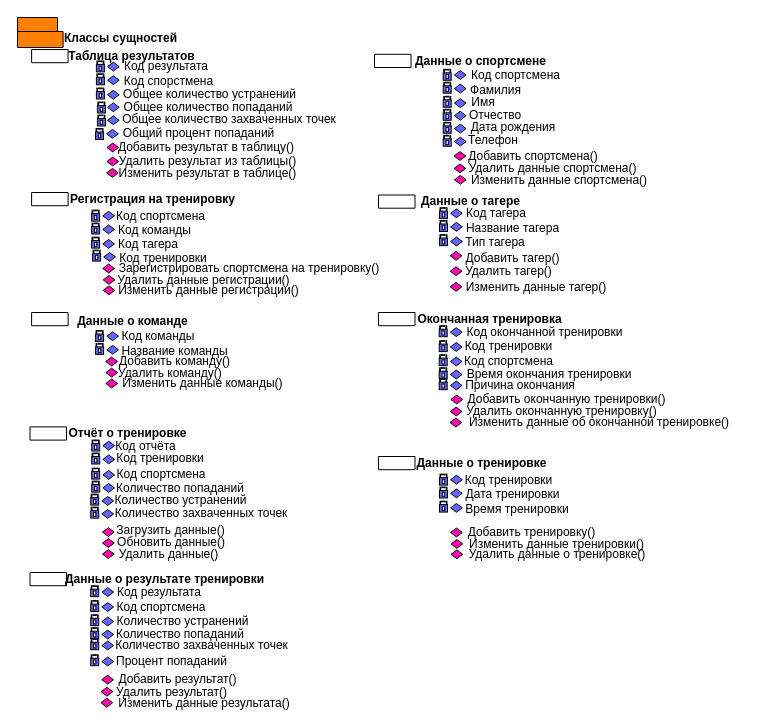
The draw.io diagram Решения/Часть 3. Схемы/Классы бизнес сущностей.drawio in VentoAureo12/Projecting-n-Design, before the edit. Source tidied: cells renumbered, new cells numbered last; positions are measured from the earlier drawing's top-left corner, leaving out a move shared by most shapes. Both pictures are drawn from the tidied source at 100%, with x=0, y=0 at pixel (17, 17).
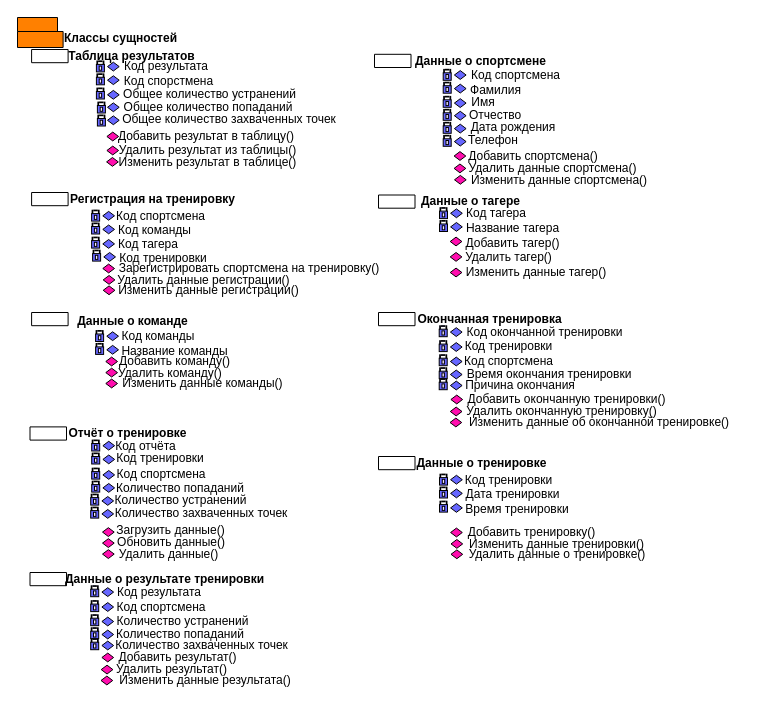
The same diagram, later.

Unchanged cells that the change refers to:
```xml
<mxCell id="3" style="group;" parent="2" vertex="1">
  <mxGeometry x="-83.9" y="-80.4" width="597" height="455.4" as="geometry" />
</mxCell>
```

What changed in the source:
```diff
@@
     <mxCell id="94" value="Добавить результат в таблицу()" style="text;html=1;strokeColor=none;fillColor=none;align=center;verticalAlign=middle;whiteSpace=wrap;rounded=0;" parent="3" vertex="1">
-      <mxGeometry x="97.7" y="111" width="182.3" height="9.4" as="geometry" />
+      <mxGeometry x="97.7" y="100" width="182.3" height="9.4" as="geometry" />
     </mxCell>
     <mxCell id="95" style="rhombus;whiteSpace=wrap;html=1;fillColor=#FF0DAE;" parent="3" vertex="1">
-      <mxGeometry x="89.4" y="111.6" width="11.7" height="8.8" as="geometry" />
+      <mxGeometry x="89.4" y="100.6" width="11.7" height="8.8" as="geometry" />
     </mxCell>
     <mxCell id="96" style="rhombus;whiteSpace=wrap;html=1;fillColor=#FF0DAE;" parent="3" vertex="1">
-      <mxGeometry x="89.1" y="137" width="11.7" height="8.8" as="geometry" />
+      <mxGeometry x="89.1" y="126" width="11.7" height="8.8" as="geometry" />
     </mxCell>
     <mxCell id="97" value="Удалить результат из таблицы()" style="text;html=1;strokeColor=none;fillColor=none;align=center;verticalAlign=middle;whiteSpace=wrap;rounded=0;" parent="3" vertex="1">
-      <mxGeometry x="92" y="125" width="197.3" height="9.4" as="geometry" />
+      <mxGeometry x="92" y="114" width="197.3" height="9.4" as="geometry" />
     </mxCell>
     <mxCell id="98" style="rhombus;whiteSpace=wrap;html=1;fillColor=#FF0DAE;" parent="3" vertex="1">
-      <mxGeometry x="89.4" y="125.6" width="11.7" height="8.8" as="geometry" />
+      <mxGeometry x="89.4" y="114.6" width="11.7" height="8.8" as="geometry" />
     </mxCell>
     <mxCell id="99" value="Изменить результат в таблице()" style="text;html=1;strokeColor=none;fillColor=none;align=center;verticalAlign=middle;whiteSpace=wrap;rounded=0;" parent="3" vertex="1">
-      <mxGeometry x="96" y="137" width="189.3" height="9.4" as="geometry" />
+      <mxGeometry x="96" y="126" width="189.3" height="9.4" as="geometry" />
     </mxCell>
-    <mxCell id="100" value="Общий процент попаданий" style="text;html=1;strokeColor=none;fillColor=none;align=center;verticalAlign=middle;whiteSpace=wrap;rounded=0;" parent="3" vertex="1">
-      <mxGeometry x="101.1" y="97.3" width="160.7" height="9.4" as="geometry" />
-    </mxCell>
-    <mxCell id="101" style="rhombus;whiteSpace=wrap;html=1;fillColor=#6666FF;" parent="3" vertex="1">
-      <mxGeometry x="89.1" y="97.9" width="11.7" height="8.8" as="geometry" />
-    </mxCell>
-    <mxCell id="102" style="group;" parent="3" vertex="1">
-      <mxGeometry x="78" y="97" width="8" height="11" as="geometry" />
-    </mxCell>
-    <mxCell id="103" style="rounded=0;whiteSpace=wrap;html=1;fillColor=#6666FF;" parent="102" vertex="1">
-      <mxGeometry x="0.5" y="0.1" width="0.7" height="3.7" as="geometry" />
-    </mxCell>
-    <mxCell id="104" style="rounded=0;whiteSpace=wrap;html=1;fillColor=#6666FF;" parent="102" vertex="1">
-      <mxGeometry x="6.8" y="0.1" width="0.7" height="3.7" as="geometry" />
-    </mxCell>
-    <mxCell id="105" style="whiteSpace=wrap;html=1;fillColor=#6666FF;" parent="102" vertex="1">
-      <mxGeometry y="3.5" width="8" height="7.5" as="geometry" />
-    </mxCell>
-    <mxCell id="106" style="whiteSpace=wrap;html=1;gradientColor=#E5CCFF;gradientDirection=east;" parent="102" vertex="1">
-      <mxGeometry x="2.8" y="5.2" width="2.4" height="4.1" as="geometry" />
-    </mxCell>
-    <mxCell id="107" style="rounded=0;whiteSpace=wrap;html=1;rotation=90;fillColor=#6666FF;" parent="102" vertex="1">
-      <mxGeometry x="3.6" y="-1.4" width="0.7" height="3.5" as="geometry" />
-    </mxCell>
@@
     <mxCell id="150" value="Добавить тагер()" style="text;html=1;strokeColor=none;fillColor=none;align=center;verticalAlign=middle;whiteSpace=wrap;rounded=0;" parent="3" vertex="1">
-      <mxGeometry x="441.3" y="221.9" width="108.7" height="9.4" as="geometry" />
+      <mxGeometry x="441.3" y="207.6" width="108.7" height="8.1" as="geometry" />
     </mxCell>
     <mxCell id="151" value="Удалить тагер()" style="text;html=1;strokeColor=none;fillColor=none;align=center;verticalAlign=middle;whiteSpace=wrap;rounded=0;" parent="3" vertex="1">
-      <mxGeometry x="445.4" y="235.3" width="92.6" height="9.4" as="geometry" />
+      <mxGeometry x="445.4" y="221" width="92.6" height="9.4" as="geometry" />
     </mxCell>
     <mxCell id="152" style="rhombus;whiteSpace=wrap;html=1;fillColor=#FF0DAE;" parent="3" vertex="1">
-      <mxGeometry x="432.7" y="219.9" width="11.7" height="8.8" as="geometry" />
+      <mxGeometry x="432.7" y="205.6" width="11.7" height="8.8" as="geometry" />
     </mxCell>
     <mxCell id="153" style="rhombus;whiteSpace=wrap;html=1;fillColor=#FF0DAE;" parent="3" vertex="1">
-      <mxGeometry x="432.7" y="235.3" width="11.7" height="8.8" as="geometry" />
+      <mxGeometry x="432.7" y="221" width="11.7" height="8.8" as="geometry" />
     </mxCell>
@@
-    <mxCell id="157" value="Тип тагера" style="text;html=1;strokeColor=none;fillColor=none;align=center;verticalAlign=middle;whiteSpace=wrap;rounded=0;" parent="3" vertex="1">
-      <mxGeometry x="419" y="206.5" width="118" height="9.4" as="geometry" />
-    </mxCell>
@@
-    <mxCell id="159" style="rhombus;whiteSpace=wrap;html=1;fillColor=#6666FF;" parent="3" vertex="1">
-      <mxGeometry x="433.1" y="205.6" width="11.7" height="8.8" as="geometry" />
-    </mxCell>
@@
-    <mxCell id="172" style="group;" parent="3" vertex="1">
-      <mxGeometry x="422" y="203.1" width="8" height="11" as="geometry" />
-    </mxCell>
-    <mxCell id="173" style="rounded=0;whiteSpace=wrap;html=1;fillColor=#6666FF;" parent="172" vertex="1">
-      <mxGeometry x="0.5" y="0.1" width="0.7" height="3.7" as="geometry" />
-    </mxCell>
-    <mxCell id="174" style="rounded=0;whiteSpace=wrap;html=1;fillColor=#6666FF;" parent="172" vertex="1">
-      <mxGeometry x="6.8" y="0.1" width="0.7" height="3.7" as="geometry" />
-    </mxCell>
-    <mxCell id="175" style="whiteSpace=wrap;html=1;fillColor=#6666FF;" parent="172" vertex="1">
-      <mxGeometry y="3.5" width="8" height="7.5" as="geometry" />
-    </mxCell>
-    <mxCell id="176" style="whiteSpace=wrap;html=1;gradientColor=#E5CCFF;gradientDirection=east;" parent="172" vertex="1">
-      <mxGeometry x="2.8" y="5.2" width="2.4" height="4.1" as="geometry" />
-    </mxCell>
-    <mxCell id="177" style="rounded=0;whiteSpace=wrap;html=1;rotation=90;fillColor=#6666FF;" parent="172" vertex="1">
-      <mxGeometry x="3.6" y="-1.4" width="0.7" height="3.5" as="geometry" />
-    </mxCell>
     <mxCell id="178" value="Изменить данные тагер()" style="text;html=1;strokeColor=none;fillColor=none;align=center;verticalAlign=middle;whiteSpace=wrap;rounded=0;" parent="3" vertex="1">
-      <mxGeometry x="441" y="250.9" width="156" height="9.4" as="geometry" />
+      <mxGeometry x="441" y="236.6" width="156" height="9.4" as="geometry" />
     </mxCell>
     <mxCell id="179" style="rhombus;whiteSpace=wrap;html=1;fillColor=#FF0DAE;" parent="3" vertex="1">
-      <mxGeometry x="432.7" y="250.9" width="11.7" height="8.8" as="geometry" />
+      <mxGeometry x="432.7" y="236.6" width="11.7" height="8.8" as="geometry" />
     </mxCell>
@@
     <mxCell id="370" style="rhombus;whiteSpace=wrap;html=1;fillColor=#FF0DAE;" parent="1" vertex="1">
-      <mxGeometry x="83.4" y="680.8" width="11.7" height="8.8" as="geometry" />
+      <mxGeometry x="83.5" y="658.6" width="11.7" height="8.8" as="geometry" />
     </mxCell>
     <mxCell id="371" value="Добавить результат()" style="text;html=1;strokeColor=none;fillColor=none;align=center;verticalAlign=middle;whiteSpace=wrap;rounded=0;" parent="1" vertex="1">
-      <mxGeometry x="87.7" y="657.2" width="144.5" height="9.4" as="geometry" />
+      <mxGeometry x="87.8" y="635" width="144.5" height="9.4" as="geometry" />
     </mxCell>
     <mxCell id="372" value="Изменить данные результата()" style="text;html=1;strokeColor=none;fillColor=none;align=center;verticalAlign=middle;whiteSpace=wrap;rounded=0;" parent="1" vertex="1">
-      <mxGeometry x="92.4" y="680.8" width="189.8" height="9.4" as="geometry" />
+      <mxGeometry x="92.6" y="658.6" width="189.8" height="9.4" as="geometry" />
     </mxCell>
     <mxCell id="373" value="Удалить результат()" style="text;html=1;strokeColor=none;fillColor=none;align=center;verticalAlign=middle;whiteSpace=wrap;rounded=0;fontStyle=0;" parent="1" vertex="1">
-      <mxGeometry x="89.8" y="669.8" width="128.8" height="9.4" as="geometry" />
+      <mxGeometry x="90" y="647.7" width="128.8" height="9.4" as="geometry" />
     </mxCell>
     <mxCell id="374" style="rhombus;whiteSpace=wrap;html=1;fillColor=#FF0DAE;" parent="1" vertex="1">
-      <mxGeometry x="84.3" y="657.8" width="11.7" height="8.8" as="geometry" />
+      <mxGeometry x="84.4" y="635.6" width="11.7" height="8.8" as="geometry" />
     </mxCell>
     <mxCell id="375" style="rhombus;whiteSpace=wrap;html=1;fillColor=#FF0DAE;" parent="1" vertex="1">
-      <mxGeometry x="83.6" y="669.8" width="11.7" height="8.8" as="geometry" />
+      <mxGeometry x="83.7" y="647.7" width="11.7" height="8.8" as="geometry" />
     </mxCell>
@@
-    <mxCell id="400" value="Процент попаданий" style="text;html=1;strokeColor=none;fillColor=none;align=center;verticalAlign=middle;whiteSpace=wrap;rounded=0;" parent="1" vertex="1">
-      <mxGeometry x="87.3" y="639.6" width="135" height="9.4" as="geometry" />
-    </mxCell>
-    <mxCell id="401" style="rhombus;whiteSpace=wrap;html=1;fillColor=#6666FF;" parent="1" vertex="1">
-      <mxGeometry x="84.4" y="639.6" width="11.7" height="8.8" as="geometry" />
-    </mxCell>
-    <mxCell id="402" style="group;" parent="1" vertex="1">
-      <mxGeometry x="73.2" y="637.2" width="8" height="11" as="geometry" />
-    </mxCell>
-    <mxCell id="403" style="rounded=0;whiteSpace=wrap;html=1;fillColor=#6666FF;" parent="402" vertex="1">
-      <mxGeometry x="0.5" y="0.1" width="0.7" height="3.7" as="geometry" />
-    </mxCell>
-    <mxCell id="404" style="rounded=0;whiteSpace=wrap;html=1;fillColor=#6666FF;" parent="402" vertex="1">
-      <mxGeometry x="6.8" y="0.1" width="0.7" height="3.7" as="geometry" />
-    </mxCell>
-    <mxCell id="405" style="whiteSpace=wrap;html=1;fillColor=#6666FF;" parent="402" vertex="1">
-      <mxGeometry y="3.5" width="8" height="7.5" as="geometry" />
-    </mxCell>
-    <mxCell id="406" style="whiteSpace=wrap;html=1;gradientColor=#E5CCFF;gradientDirection=east;" parent="402" vertex="1">
-      <mxGeometry x="2.8" y="5.2" width="2.4" height="4.1" as="geometry" />
-    </mxCell>
-    <mxCell id="407" style="rounded=0;whiteSpace=wrap;html=1;rotation=90;fillColor=#6666FF;" parent="402" vertex="1">
-      <mxGeometry x="3.6" y="-1.4" width="0.7" height="3.5" as="geometry" />
-    </mxCell>
```
